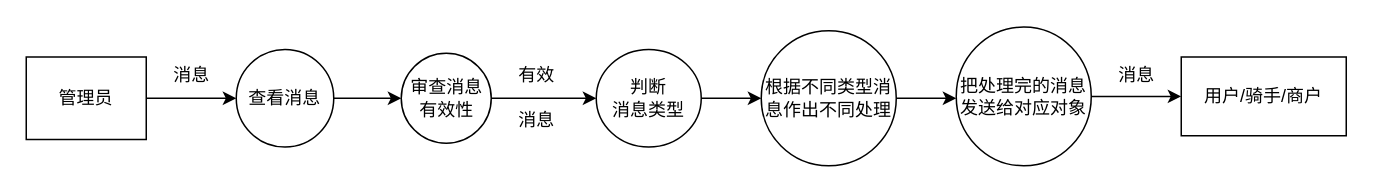
The draw.io diagram page "管理员当前系统逻辑模型" (4 of 12) of Untitled Diagram.drawio in czely/czely.github.io, before the edit. Source tidied: cells renumbered, new cells numbered last; positions are measured from the earlier drawing's top-left corner, leaving out a move shared by most shapes. Both pictures are drawn from the tidied source at 150%, with x=0, y=0 at pixel (26, 27).
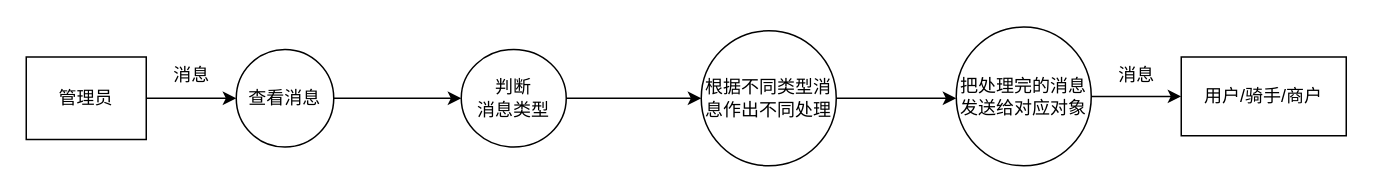
After the change.

The edit, as a diff of the source:
```diff
@@
 <mxGraphModel>
   <root>
     <mxCell id="0" />
     <mxCell id="1" parent="0" />
-    <mxCell id="2" style="edgeStyle=orthogonalEdgeStyle;rounded=0;jettySize=auto;html=1;exitX=1;exitY=0.5;exitDx=0;exitDy=0;entryX=0;entryY=0.5;entryDx=0;entryDy=0;" parent="1" edge="1" source="13" target="6">
-      <mxGeometry relative="1" as="geometry" />
-    </mxCell>
     <mxCell id="3" value="查看消息" style="ellipse;whiteSpace=wrap;html=1;" parent="1" vertex="1">
       <mxGeometry x="140" y="14.5" width="65" height="65" as="geometry" />
     </mxCell>
     <mxCell id="4" value="管理员" style="rounded=0;whiteSpace=wrap;html=1;" parent="1" vertex="1">
       <mxGeometry y="19.5" width="80" height="55" as="geometry" />
     </mxCell>
     <mxCell id="5" style="edgeStyle=orthogonalEdgeStyle;rounded=0;jettySize=auto;html=1;exitX=1;exitY=0.5;exitDx=0;exitDy=0;entryX=0;entryY=0.5;entryDx=0;entryDy=0;" parent="1" edge="1" source="6" target="8">
       <mxGeometry relative="1" as="geometry" />
     </mxCell>
     <mxCell id="6" value="判断&lt;br&gt;消息类型" style="ellipse;whiteSpace=wrap;html=1;" parent="1" vertex="1">
-      <mxGeometry x="380" y="14.5" width="70" height="65" as="geometry" />
+      <mxGeometry x="290" y="14.5" width="70" height="65" as="geometry" />
     </mxCell>
     <mxCell id="7" style="edgeStyle=orthogonalEdgeStyle;rounded=0;jettySize=auto;html=1;exitX=1;exitY=0.5;exitDx=0;exitDy=0;" parent="1" edge="1" source="8">
       <mxGeometry relative="1" as="geometry">
         <mxPoint x="620" y="47" as="targetPoint" />
       </mxGeometry>
     </mxCell>
     <mxCell id="8" value="根据不同类型消息作出不同处理" style="ellipse;whiteSpace=wrap;html=1;" parent="1" vertex="1">
-      <mxGeometry x="490" y="2" width="90" height="90" as="geometry" />
+      <mxGeometry x="450" y="2" width="90" height="90" as="geometry" />
     </mxCell>
     <mxCell id="9" style="edgeStyle=orthogonalEdgeStyle;rounded=0;jettySize=auto;html=1;" parent="1" edge="1" source="10" target="11">
       <mxGeometry relative="1" as="geometry" />
     </mxCell>
     <mxCell id="10" value="把处理完的消息&lt;br&gt;发送给对应对象" style="ellipse;whiteSpace=wrap;html=1;" parent="1" vertex="1">
       <mxGeometry x="620" y="-0.5" width="90" height="92.5" as="geometry" />
     </mxCell>
     <mxCell id="11" value="用户/骑手/商户" style="whiteSpace=wrap;html=1;" parent="1" vertex="1">
       <mxGeometry x="770" y="19.5" width="110" height="52.5" as="geometry" />
     </mxCell>
     <mxCell id="12" style="endArrow=classic;html=1;exitX=1;exitY=0.5;exitDx=0;exitDy=0;entryX=0;entryY=0.5;entryDx=0;entryDy=0;" parent="1" edge="1" source="4" target="3">
       <mxGeometry relative="1" as="geometry" />
     </mxCell>
-    <mxCell id="13" value="审查消息&lt;br&gt;有效性" style="shape=ellipse;html=1;dashed=0;whitespace=wrap;perimeter=ellipsePerimeter;" parent="1" vertex="1">
-      <mxGeometry x="250" y="17" width="60" height="60" as="geometry" />
-    </mxCell>
-    <mxCell id="14" style="edgeStyle=orthogonalEdgeStyle;rounded=0;jettySize=auto;html=1;exitX=1;exitY=0.5;exitDx=0;exitDy=0;entryX=0;entryY=0.5;entryDx=0;entryDy=0;" parent="1" edge="1" source="3" target="13">
+    <mxCell id="14" style="edgeStyle=orthogonalEdgeStyle;rounded=0;jettySize=auto;html=1;exitX=1;exitY=0.5;exitDx=0;exitDy=0;entryX=0;entryY=0.5;entryDx=0;entryDy=0;" parent="1" edge="1" source="3" target="6">
       <mxGeometry relative="1" as="geometry" />
     </mxCell>
     <mxCell id="15" value="消息" style="text;html=1;align=center;verticalAlign=middle;" parent="1" vertex="1">
       <mxGeometry x="720" y="22" width="40" height="20" as="geometry" />
     </mxCell>
-    <mxCell id="16" value="有效" style="text;html=1;align=center;verticalAlign=middle;" parent="1" vertex="1">
-      <mxGeometry x="320" y="22" width="40" height="20" as="geometry" />
-    </mxCell>
-    <mxCell id="17" value="消息" style="text;html=1;align=center;verticalAlign=middle;" parent="1" vertex="1">
-      <mxGeometry x="320" y="52" width="40" height="20" as="geometry" />
-    </mxCell>
     <mxCell id="18" value="消息" style="text;html=1;align=center;verticalAlign=middle;" parent="1" vertex="1">
       <mxGeometry x="90" y="22" width="40" height="20" as="geometry" />
     </mxCell>
   </root>
 </mxGraphModel>
```
